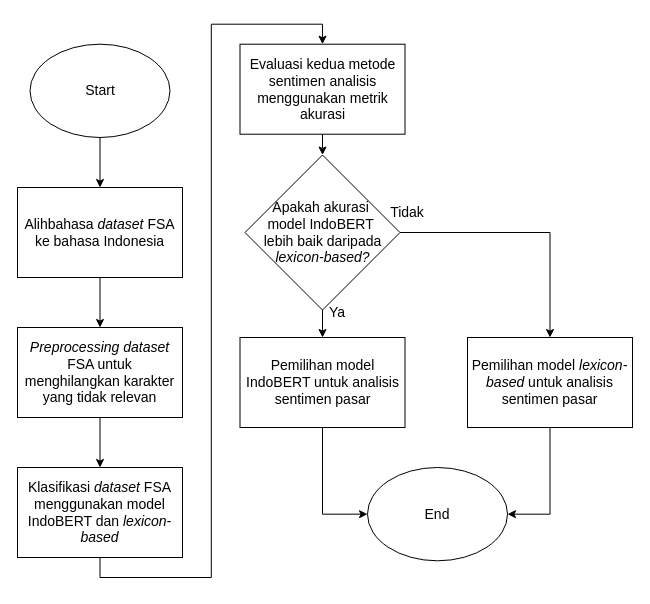
Rizr09/magnum-opus keeps this draw.io diagram as page "Sentimen Analisis FSA" (9 of 11) of Flowchart/Arsitektur_Skripsi.drawio. Above is the earlier version. Source tidied: cells renumbered, new cells numbered last; positions are measured from the earlier drawing's top-left corner, leaving out a move shared by most shapes. Both pictures are drawn from the tidied source at 100%, with x=0, y=0 at pixel (17, 44).
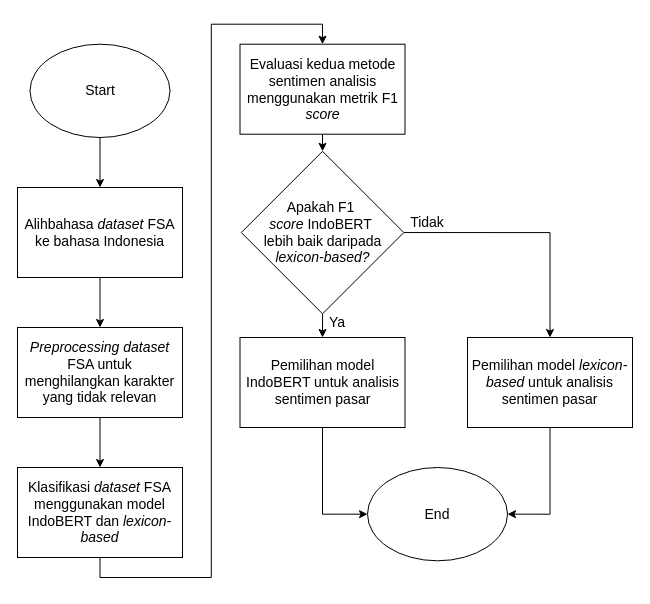
The same diagram, later.

The edit, as a diff of the source:
```diff
@@
-    <mxCell id="12" value="&lt;div&gt;Apakah akurasi&amp;nbsp;&lt;/div&gt;&lt;div&gt;model IndoBERT&amp;nbsp;&lt;/div&gt;&lt;div&gt;lebih baik daripada &lt;i&gt;&lt;br&gt;&lt;/i&gt;&lt;/div&gt;&lt;div&gt;&lt;i&gt;lexicon-based?&lt;/i&gt;&lt;/div&gt;" style="rhombus;whiteSpace=wrap;html=1;fontSize=14;" parent="1" vertex="1">
-      <mxGeometry x="227.5" y="110.5" width="155" height="155" as="geometry" />
+    <mxCell id="12" value="&lt;div&gt;Apakah F1&amp;nbsp;&lt;/div&gt;&lt;div&gt;&lt;i&gt;score&amp;nbsp;&lt;/i&gt;&lt;span style=&quot;background-color: transparent; color: light-dark(rgb(0, 0, 0), rgb(255, 255, 255));&quot;&gt;IndoBERT&amp;nbsp;&lt;/span&gt;&lt;/div&gt;&lt;div&gt;lebih baik daripada &lt;i&gt;&lt;br&gt;&lt;/i&gt;&lt;/div&gt;&lt;div&gt;&lt;i&gt;lexicon-based?&lt;/i&gt;&lt;/div&gt;" style="rhombus;whiteSpace=wrap;html=1;fontSize=14;" parent="1" vertex="1">
+      <mxGeometry x="223.8" y="106.8" width="162.5" height="162.5" as="geometry" />
     </mxCell>
@@
-    <mxCell id="14" value="Evaluasi kedua metode sentimen analisis menggunakan metrik akurasi " style="rounded=0;whiteSpace=wrap;html=1;fontSize=14;" parent="1" vertex="1">
+    <mxCell id="14" value="Evaluasi kedua metode sentimen analisis menggunakan metrik F1 &lt;i&gt;score&lt;/i&gt;" style="rounded=0;whiteSpace=wrap;html=1;fontSize=14;" parent="1" vertex="1">
       <mxGeometry x="222.5" y="-0.3" width="165" height="90" as="geometry" />
     </mxCell>
@@
     <mxCell id="17" value="Ya" style="text;html=1;align=center;verticalAlign=middle;whiteSpace=wrap;rounded=0;fontSize=14;" parent="1" vertex="1">
-      <mxGeometry x="290" y="253" width="60" height="30" as="geometry" />
+      <mxGeometry x="290" y="263" width="60" height="30" as="geometry" />
     </mxCell>
@@
     <mxCell id="20" value="Tidak" style="text;html=1;align=center;verticalAlign=middle;whiteSpace=wrap;rounded=0;fontSize=14;" parent="1" vertex="1">
-      <mxGeometry x="360" y="153" width="60" height="30" as="geometry" />
+      <mxGeometry x="380" y="163" width="60" height="30" as="geometry" />
     </mxCell>
```
